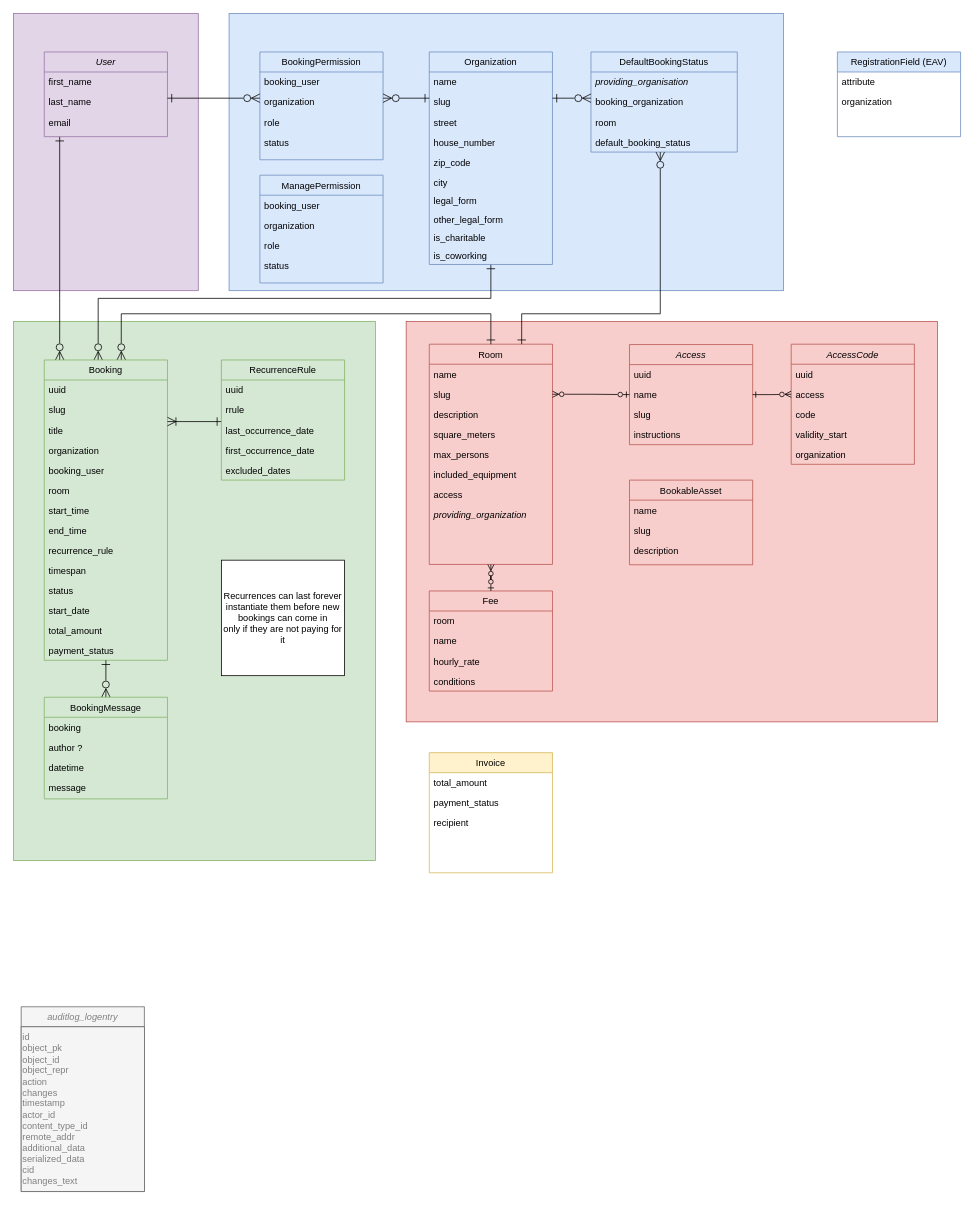
This is docs/modelling/erd-v1.2.1.drawio from Haus-des-Engagements/re-sharing, a draw.io file, before an edit. Source tidied: cells renumbered, new cells numbered last; positions are measured from the earlier drawing's top-left corner, leaving out a move shared by most shapes. Both pictures are drawn from the tidied source at 77%, with x=0, y=0 at pixel (13, 13).
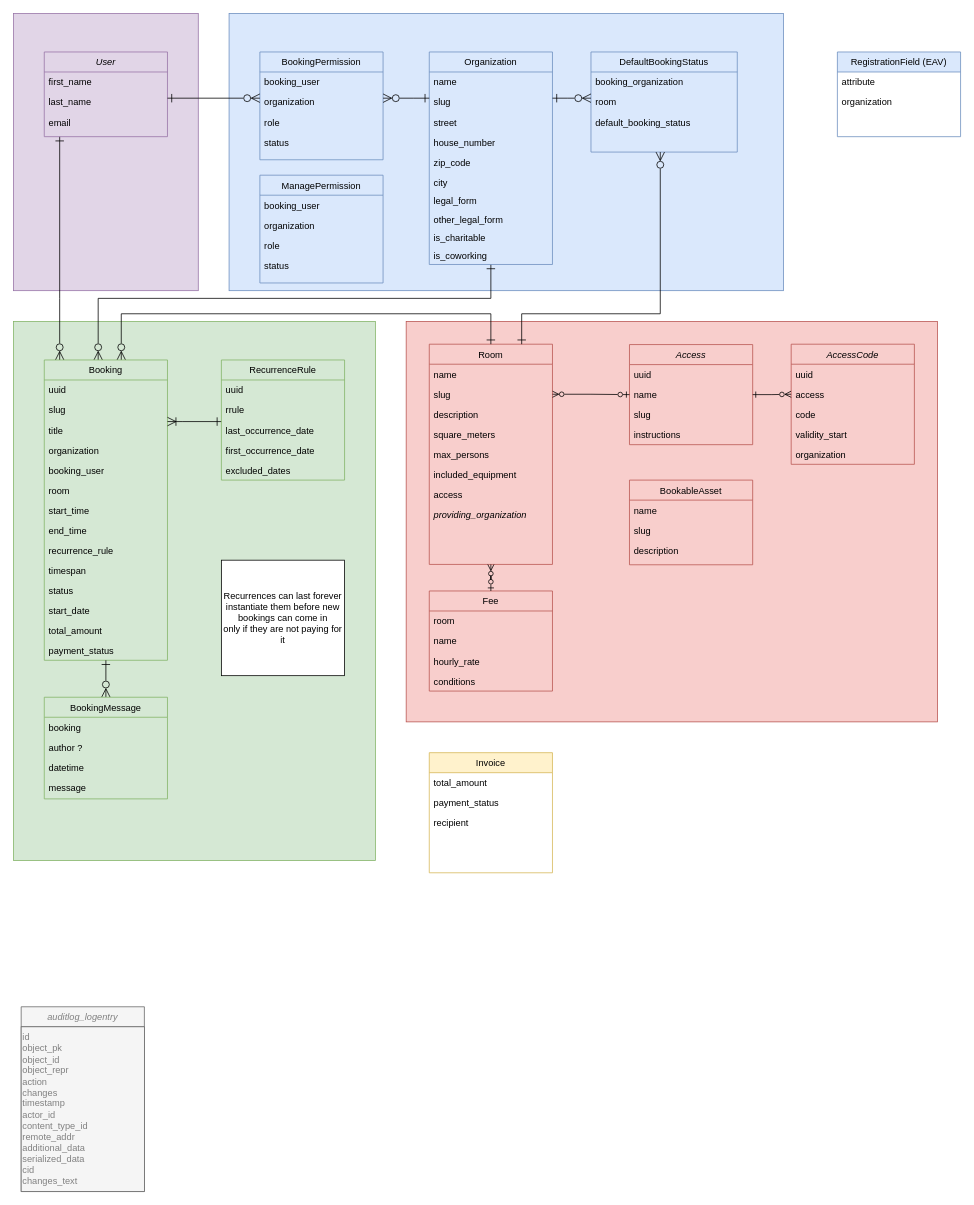
The same diagram, later.

The change refers to these unchanged cells:
```xml
<mxCell id="57" value="DefaultBookingStatus" style="swimlane;fontStyle=0;align=center;verticalAlign=top;horizontal=1;startSize=26;rounded=0;shadow=0;strokeWidth=1;fillColor=#dae8fc;strokeColor=#6c8ebf;" parent="1" vertex="1">
  <mxGeometry x="750" y="50" width="190" height="130" as="geometry" />
</mxCell>
```

The edit, as a diff of the source:
```diff
@@
-    <mxCell id="58" value="providing_organisation" style="text;align=left;verticalAlign=top;spacingLeft=4;spacingRight=4;overflow=hidden;fontStyle=2;" parent="57" vertex="1">
-      <mxGeometry y="26" width="190" height="26" as="geometry" />
-    </mxCell>
     <mxCell id="59" value="booking_organization" style="text;align=left;verticalAlign=top;spacingLeft=4;spacingRight=4;overflow=hidden;" parent="57" vertex="1">
-      <mxGeometry y="52" width="190" height="26" as="geometry" />
+      <mxGeometry y="26" width="190" height="26" as="geometry" />
     </mxCell>
     <mxCell id="60" value="room" style="text;align=left;verticalAlign=top;spacingLeft=4;spacingRight=4;overflow=hidden;rounded=0;shadow=0;html=0;" parent="57" vertex="1">
-      <mxGeometry y="78" width="190" height="26" as="geometry" />
+      <mxGeometry y="52" width="190" height="26" as="geometry" />
     </mxCell>
     <mxCell id="61" value="default_booking_status" style="text;align=left;verticalAlign=top;spacingLeft=4;spacingRight=4;overflow=hidden;rounded=0;shadow=0;html=0;" parent="57" vertex="1">
-      <mxGeometry y="104" width="190" height="26" as="geometry" />
+      <mxGeometry y="78" width="190" height="26" as="geometry" />
     </mxCell>
```
